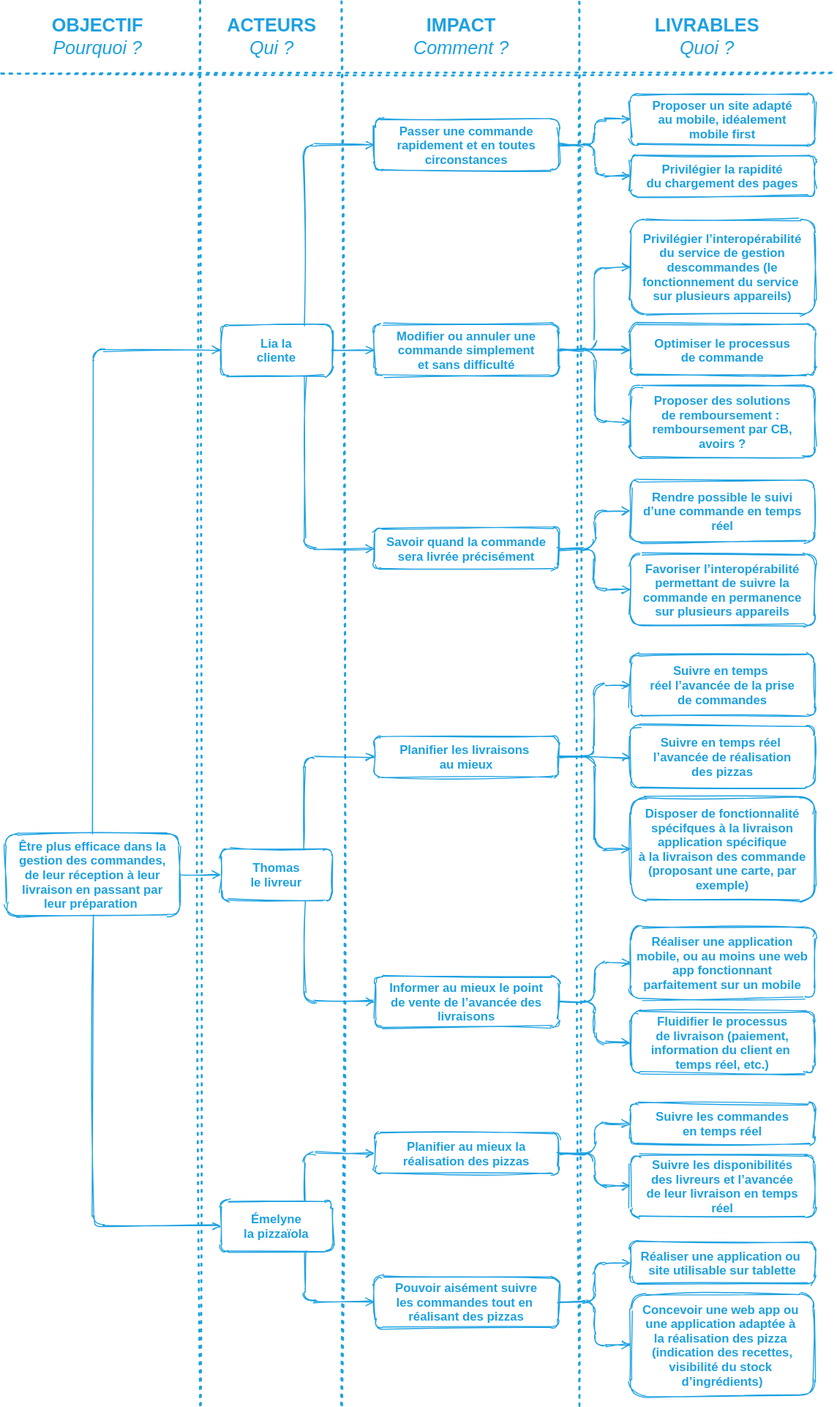
Before: img/figure_impact-mapping.svg, a diagram exported from draw.io (centvingt/OCPizzaRedaction). Source tidied: cells renumbered, new cells last; positions are measured from the earlier drawing's top-left corner, leaving out a move shared by most shapes.
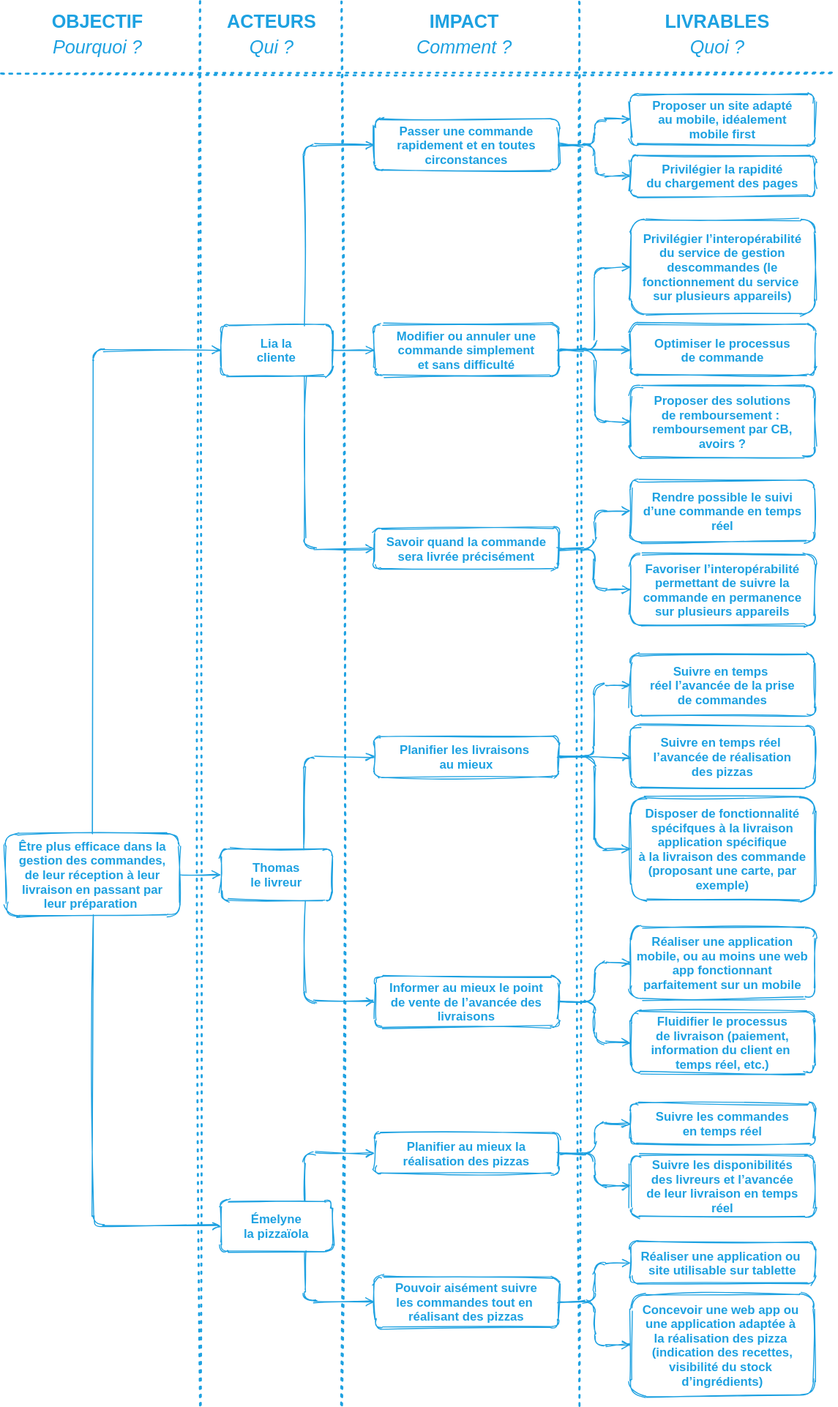
The same diagram one commit later.

Change to the diagram source:
```diff
@@ -14,18 +14,9 @@
     <mxCell id="5" value="Être plus efficace dans la &#10;gestion des commandes, &#10;de leur réception à leur &#10;livraison en passant par &#10;leur préparation " style="fontStyle=1;sketch=1;fillColor=none;fontColor=#1DA1E1;strokeColor=#1DA1E1;rounded=1;" parent="1" vertex="1">
       <mxGeometry x="4" y="812" width="170" height="80" as="geometry" />
     </mxCell>
-    <mxCell id="6" value="&lt;font style=&quot;font-size: 18px&quot;&gt;&lt;font color=&quot;#1da1e1&quot;&gt;&lt;b&gt;OBJECTIF&lt;/b&gt;&lt;br&gt;&lt;i&gt;Pourquoi ?&lt;/i&gt;&lt;/font&gt;&lt;br&gt;&lt;/font&gt;" style="text;html=1;strokeColor=none;fillColor=none;align=center;verticalAlign=middle;whiteSpace=wrap;rounded=0;sketch=1;" parent="1" vertex="1">
-      <mxGeometry x="4" y="10" width="180" height="50" as="geometry" />
+    <mxCell id="6" value="&lt;font style=&quot;font-size: 18px&quot;&gt;&lt;font color=&quot;#1da1e1&quot;&gt;&lt;b&gt;OBJECTIF&lt;/b&gt;&lt;/font&gt;&lt;br&gt;&lt;/font&gt;" style="text;html=1;strokeColor=none;align=center;verticalAlign=middle;whiteSpace=wrap;rounded=0;sketch=1;fontColor=#1DA1E1;" parent="1" vertex="1">
+      <mxGeometry x="4" width="180" height="40" as="geometry" />
     </mxCell>
-    <mxCell id="7" value="&lt;font style=&quot;font-size: 18px&quot;&gt;&lt;font color=&quot;#1da1e1&quot;&gt;&lt;b&gt;ACTEURS&lt;/b&gt;&lt;br&gt;&lt;i&gt;Qui ?&lt;/i&gt;&lt;/font&gt;&lt;br&gt;&lt;/font&gt;" style="text;html=1;strokeColor=none;fillColor=none;align=center;verticalAlign=middle;whiteSpace=wrap;rounded=0;sketch=1;" parent="1" vertex="1">
-      <mxGeometry x="194" y="10" width="140" height="50" as="geometry" />
-    </mxCell>
-    <mxCell id="8" value="&lt;font style=&quot;font-size: 18px&quot;&gt;&lt;font color=&quot;#1da1e1&quot;&gt;&lt;b&gt;IMPACT&lt;/b&gt;&lt;br&gt;&lt;i&gt;Comment ?&lt;/i&gt;&lt;/font&gt;&lt;br&gt;&lt;/font&gt;" style="text;html=1;strokeColor=none;fillColor=none;align=center;verticalAlign=middle;whiteSpace=wrap;rounded=0;sketch=1;" parent="1" vertex="1">
-      <mxGeometry x="334" y="10" width="230" height="50" as="geometry" />
-    </mxCell>
-    <mxCell id="9" value="&lt;font style=&quot;font-size: 18px&quot;&gt;&lt;font color=&quot;#1da1e1&quot;&gt;&lt;b&gt;LIVRABLES&lt;/b&gt;&lt;br&gt;&lt;i&gt;Quoi ?&lt;/i&gt;&lt;/font&gt;&lt;br&gt;&lt;/font&gt;" style="text;html=1;strokeColor=none;fillColor=none;align=center;verticalAlign=middle;whiteSpace=wrap;rounded=0;sketch=1;" parent="1" vertex="1">
-      <mxGeometry x="564" y="10" width="250" height="50" as="geometry" />
-    </mxCell>
     <mxCell id="10" style="endArrow=none;dashed=1;html=1;dashPattern=1 3;strokeWidth=2;strokeColor=#1DA1E1;sketch=1;" parent="1" edge="1">
       <mxGeometry relative="1" as="geometry">
         <mxPoint x="194" y="1370" as="sourcePoint" />
@@ -227,5 +218,26 @@
     <mxCell id="72" style="edgeStyle=orthogonalEdgeStyle;sketch=1;jettySize=auto;html=1;exitX=0.75;exitY=1;exitDx=0;exitDy=0;entryX=0;entryY=0.5;entryDx=0;entryDy=0;shadow=0;startArrow=none;startFill=0;endArrow=open;endFill=0;strokeColor=#1DA1E1;" parent="55" edge="1" source="56" target="66">
       <mxGeometry x="220" y="670" as="geometry" />
     </mxCell>
+    <mxCell id="73" value="&lt;font style=&quot;font-size: 18px&quot;&gt;&lt;i&gt;Pourquoi ?&lt;/i&gt;&lt;br&gt;&lt;/font&gt;" style="text;html=1;strokeColor=none;align=center;verticalAlign=middle;whiteSpace=wrap;rounded=0;sketch=1;fontColor=#1DA1E1;" parent="1" vertex="1">
+      <mxGeometry x="4" y="25" width="180" height="40" as="geometry" />
+    </mxCell>
+    <mxCell id="74" value="&lt;font style=&quot;font-size: 18px&quot;&gt;&lt;i&gt;Qui ?&lt;/i&gt;&lt;br&gt;&lt;/font&gt;" style="text;html=1;strokeColor=none;align=center;verticalAlign=middle;whiteSpace=wrap;rounded=0;sketch=1;fontColor=#1DA1E1;" parent="1" vertex="1">
+      <mxGeometry x="174" y="25" width="180" height="40" as="geometry" />
+    </mxCell>
+    <mxCell id="75" value="&lt;font style=&quot;font-size: 18px&quot;&gt;&lt;font color=&quot;#1da1e1&quot;&gt;&lt;b&gt;ACTEURS&lt;/b&gt;&lt;/font&gt;&lt;br&gt;&lt;/font&gt;" style="text;html=1;strokeColor=none;align=center;verticalAlign=middle;whiteSpace=wrap;rounded=0;sketch=1;fontColor=#1DA1E1;" parent="1" vertex="1">
+      <mxGeometry x="174" width="180" height="40" as="geometry" />
+    </mxCell>
+    <mxCell id="76" value="&lt;font style=&quot;font-size: 18px&quot;&gt;&lt;i&gt;Comment ?&lt;/i&gt;&lt;br&gt;&lt;/font&gt;" style="text;html=1;strokeColor=none;align=center;verticalAlign=middle;whiteSpace=wrap;rounded=0;sketch=1;fontColor=#1DA1E1;" parent="1" vertex="1">
+      <mxGeometry x="362" y="25" width="180" height="40" as="geometry" />
+    </mxCell>
+    <mxCell id="77" value="&lt;font style=&quot;font-size: 18px&quot;&gt;&lt;font color=&quot;#1da1e1&quot;&gt;&lt;b&gt;IMPACT&lt;/b&gt;&lt;/font&gt;&lt;br&gt;&lt;/font&gt;" style="text;html=1;strokeColor=none;align=center;verticalAlign=middle;whiteSpace=wrap;rounded=0;sketch=1;fontColor=#1DA1E1;" parent="1" vertex="1">
+      <mxGeometry x="362" width="180" height="40" as="geometry" />
+    </mxCell>
+    <mxCell id="78" value="&lt;font style=&quot;font-size: 18px&quot;&gt;&lt;font color=&quot;#1da1e1&quot;&gt;&lt;b&gt;LIVRABLES&lt;/b&gt;&lt;/font&gt;&lt;br&gt;&lt;/font&gt;" style="text;html=1;strokeColor=none;align=center;verticalAlign=middle;whiteSpace=wrap;rounded=0;sketch=1;fontColor=#1DA1E1;" parent="1" vertex="1">
+      <mxGeometry x="609" width="180" height="40" as="geometry" />
+    </mxCell>
+    <mxCell id="79" value="&lt;font style=&quot;font-size: 18px&quot;&gt;&lt;i&gt;Quoi ?&lt;/i&gt;&lt;br&gt;&lt;/font&gt;" style="text;html=1;strokeColor=none;align=center;verticalAlign=middle;whiteSpace=wrap;rounded=0;sketch=1;fontColor=#1DA1E1;" parent="1" vertex="1">
+      <mxGeometry x="609" y="25" width="180" height="40" as="geometry" />
+    </mxCell>
   </root>
 </mxGraphModel>
```
